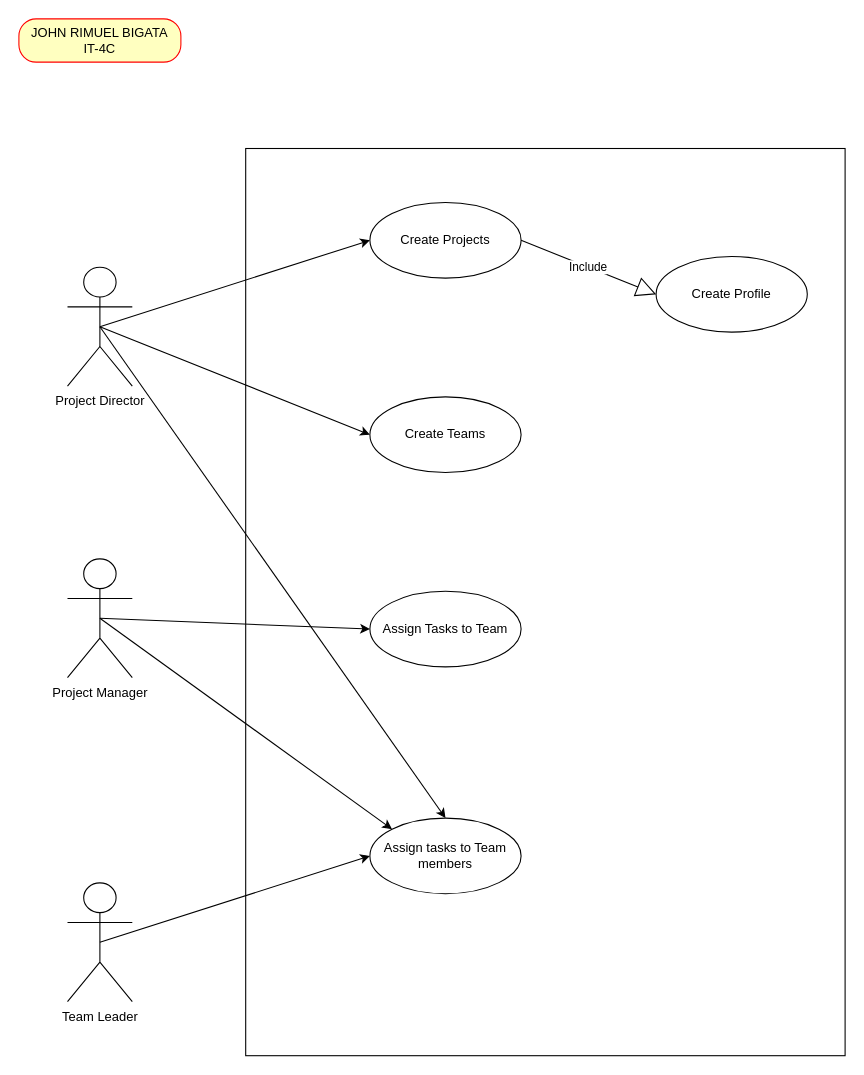
This is usecasediagram.drawio from itsmerims/use-cases, a draw.io file, before an edit. Source tidied: cells renumbered, new cells numbered last; positions are measured from the earlier drawing's top-left corner, leaving out a move shared by most shapes. Both pictures are drawn from the tidied source at 108%, with x=0, y=0 at pixel (18, 18).
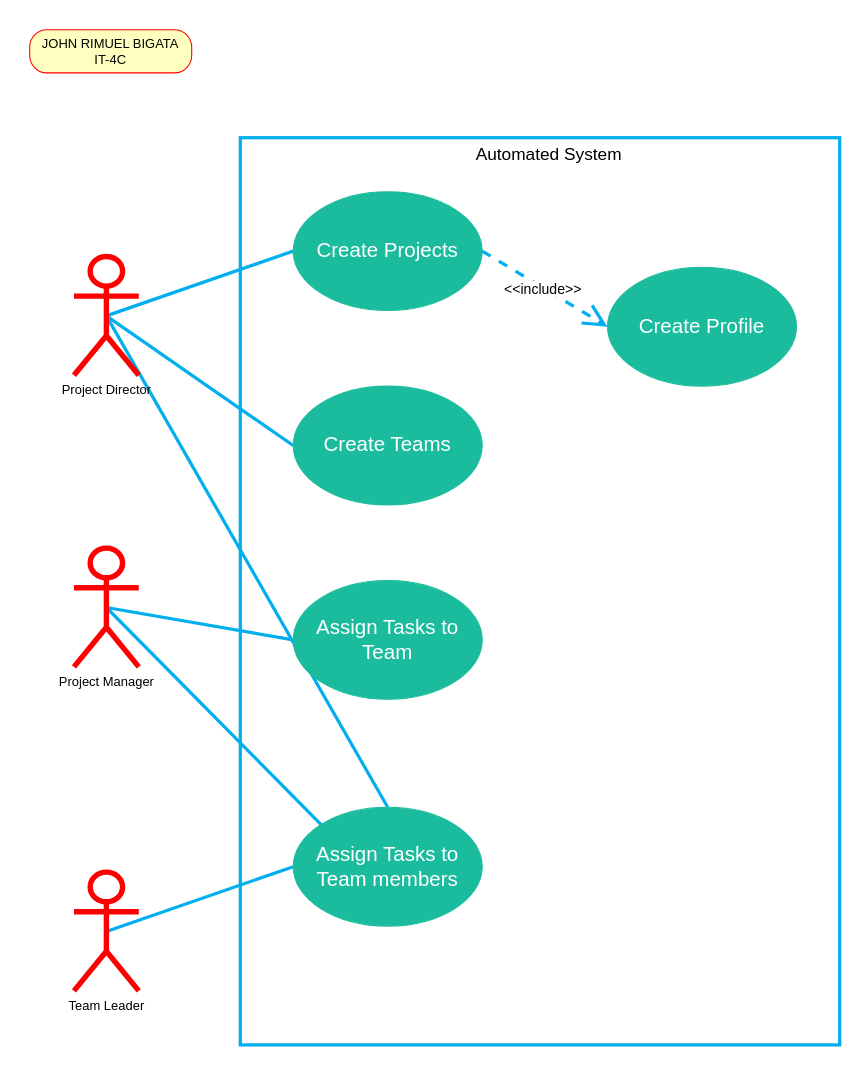
The same page after the edit.

Change to the diagram source:
```diff
@@
 <mxGraphModel>
   <root>
     <mxCell id="0" />
     <mxCell id="1" parent="0" />
+    <mxCell id="18" style="rounded=0;whiteSpace=wrap;html=1;fillColor=none;fontSize=11;strokeColor=#01aeee;strokeWidth=3;labelBackgroundColor=#2a2a2a;endArrow=classic;" parent="1" vertex="1">
+      <mxGeometry x="205" y="110" width="555" height="840" as="geometry" />
+    </mxCell>
-    <mxCell id="2" style="rounded=0;jettySize=auto;html=1;exitX=0.5;exitY=0.5;exitDx=0;exitDy=0;exitPerimeter=0;entryX=0;entryY=0.5;entryDx=0;entryDy=0;" parent="1" edge="1" source="5" target="12">
+    <mxCell id="2" style="jettySize=auto;html=1;exitX=0.5;exitY=0.5;exitDx=0;exitDy=0;exitPerimeter=0;entryX=0;entryY=0.5;entryDx=0;entryDy=0;strokeWidth=3;strokeColor=#01aeee;rounded=0;endArrow=none;endFill=0;" parent="1" edge="1" source="5" target="12">
       <mxGeometry relative="1" as="geometry" />
     </mxCell>
-    <mxCell id="3" style="edgeStyle=none;rounded=0;jettySize=auto;html=1;exitX=0.5;exitY=0.5;exitDx=0;exitDy=0;exitPerimeter=0;entryX=0;entryY=0.5;entryDx=0;entryDy=0;" parent="1" edge="1" source="5" target="13">
+    <mxCell id="3" style="edgeStyle=none;rounded=0;jettySize=auto;html=1;exitX=0.5;exitY=0.5;exitDx=0;exitDy=0;exitPerimeter=0;entryX=0;entryY=0.5;entryDx=0;entryDy=0;strokeWidth=3;strokeColor=#01aeee;endFill=0;endArrow=none;" parent="1" edge="1" source="5" target="13">
       <mxGeometry relative="1" as="geometry" />
     </mxCell>
-    <mxCell id="4" style="edgeStyle=none;rounded=0;jettySize=auto;html=1;exitX=0.5;exitY=0.5;exitDx=0;exitDy=0;exitPerimeter=0;entryX=0.5;entryY=0;entryDx=0;entryDy=0;" parent="1" edge="1" source="5" target="15">
+    <mxCell id="4" style="edgeStyle=none;rounded=0;jettySize=auto;html=1;exitX=0.5;exitY=0.5;exitDx=0;exitDy=0;exitPerimeter=0;entryX=0.5;entryY=0;entryDx=0;entryDy=0;strokeWidth=3;strokeColor=#01aeee;endFill=0;endArrow=none;" parent="1" edge="1" source="5" target="15">
       <mxGeometry relative="1" as="geometry" />
     </mxCell>
-    <mxCell id="5" value="Project Director" style="shape=umlActor;verticalLabelPosition=bottom;verticalAlign=top;html=1;" parent="1" vertex="1">
-      <mxGeometry x="45" y="230" width="60" height="110" as="geometry" />
+    <mxCell id="5" value="Project Director" style="shape=umlActor;verticalLabelPosition=bottom;verticalAlign=top;html=1;fillColor=default;strokeColor=#FF0000;strokeWidth=5;" parent="1" vertex="1">
+      <mxGeometry x="51" y="220" width="60" height="110" as="geometry" />
     </mxCell>
-    <mxCell id="6" style="edgeStyle=none;rounded=0;jettySize=auto;html=1;exitX=0.5;exitY=0.5;exitDx=0;exitDy=0;exitPerimeter=0;entryX=0;entryY=0.5;entryDx=0;entryDy=0;" parent="1" edge="1" source="8" target="14">
+    <mxCell id="6" style="edgeStyle=none;rounded=0;jettySize=auto;html=1;exitX=0.5;exitY=0.5;exitDx=0;exitDy=0;exitPerimeter=0;entryX=0;entryY=0.5;entryDx=0;entryDy=0;strokeWidth=3;strokeColor=#01aeee;endFill=0;endArrow=none;" parent="1" edge="1" source="8" target="14">
       <mxGeometry relative="1" as="geometry" />
     </mxCell>
-    <mxCell id="7" style="edgeStyle=none;rounded=0;jettySize=auto;html=1;exitX=0.5;exitY=0.5;exitDx=0;exitDy=0;exitPerimeter=0;entryX=0;entryY=0;entryDx=0;entryDy=0;" parent="1" edge="1" source="8" target="15">
+    <mxCell id="7" style="edgeStyle=none;rounded=0;jettySize=auto;html=1;exitX=0.5;exitY=0.5;exitDx=0;exitDy=0;exitPerimeter=0;entryX=0;entryY=0;entryDx=0;entryDy=0;strokeWidth=3;strokeColor=#01aeee;endFill=0;endArrow=none;" parent="1" edge="1" source="8" target="15">
       <mxGeometry relative="1" as="geometry" />
     </mxCell>
-    <mxCell id="8" value="Project Manager" style="shape=umlActor;verticalLabelPosition=bottom;verticalAlign=top;html=1;" parent="1" vertex="1">
-      <mxGeometry x="45" y="500" width="60" height="110" as="geometry" />
+    <mxCell id="8" value="Project Manager" style="shape=umlActor;verticalLabelPosition=bottom;verticalAlign=top;html=1;strokeColor=#FF0000;strokeWidth=5;fillColor=default;" parent="1" vertex="1">
+      <mxGeometry x="51" y="490" width="60" height="110" as="geometry" />
     </mxCell>
-    <mxCell id="9" style="edgeStyle=none;rounded=0;jettySize=auto;html=1;exitX=0.5;exitY=0.5;exitDx=0;exitDy=0;exitPerimeter=0;entryX=0;entryY=0.5;entryDx=0;entryDy=0;" parent="1" edge="1" source="10" target="15">
+    <mxCell id="9" style="edgeStyle=none;rounded=0;jettySize=auto;html=1;exitX=0.5;exitY=0.5;exitDx=0;exitDy=0;exitPerimeter=0;entryX=0;entryY=0.5;entryDx=0;entryDy=0;strokeWidth=3;strokeColor=#01aeee;endFill=0;endArrow=none;" parent="1" edge="1" source="10" target="15">
       <mxGeometry relative="1" as="geometry" />
     </mxCell>
-    <mxCell id="10" value="Team Leader" style="shape=umlActor;verticalLabelPosition=bottom;verticalAlign=top;html=1;" parent="1" vertex="1">
-      <mxGeometry x="45" y="800" width="60" height="110" as="geometry" />
+    <mxCell id="10" value="Team Leader" style="shape=umlActor;verticalLabelPosition=bottom;verticalAlign=top;html=1;strokeColor=#FF0000;strokeWidth=5;fillColor=default;" parent="1" vertex="1">
+      <mxGeometry x="51" y="790" width="60" height="110" as="geometry" />
     </mxCell>
     <mxCell id="11" value="JOHN RIMUEL BIGATA&lt;br&gt;IT-4C" style="rounded=1;whiteSpace=wrap;html=1;arcSize=40;fontColor=#000000;fillColor=#ffffc0;strokeColor=#ff0000;" parent="1" vertex="1">
-      <mxGeometry width="150" height="40" as="geometry" />
+      <mxGeometry x="10" y="10" width="150" height="40" as="geometry" />
     </mxCell>
-    <mxCell id="12" value="Create Projects" style="ellipse;whiteSpace=wrap;html=1;" parent="1" vertex="1">
-      <mxGeometry x="325" y="170" width="140" height="70" as="geometry" />
+    <mxCell id="12" value="Create Projects" style="ellipse;whiteSpace=wrap;html=1;fillColor=#1bbc9d;strokeColor=#1BBC9D;fontColor=#FFFFFF;fontSize=19;" parent="1" vertex="1">
+      <mxGeometry x="254" y="160" width="175" height="110" as="geometry" />
     </mxCell>
-    <mxCell id="13" value="Create Teams" style="ellipse;whiteSpace=wrap;html=1;" parent="1" vertex="1">
-      <mxGeometry x="325" y="350" width="140" height="70" as="geometry" />
+    <mxCell id="13" value="Create Teams" style="ellipse;whiteSpace=wrap;html=1;fillColor=#1bbc9d;fontSize=19;fontColor=#FFFFFF;strokeColor=#1BBC9D;" parent="1" vertex="1">
+      <mxGeometry x="254" y="340" width="175" height="110" as="geometry" />
     </mxCell>
-    <mxCell id="14" value="Assign Tasks to Team" style="ellipse;whiteSpace=wrap;html=1;" parent="1" vertex="1">
-      <mxGeometry x="325" y="530" width="140" height="70" as="geometry" />
+    <mxCell id="14" value="Assign Tasks to Team" style="ellipse;whiteSpace=wrap;html=1;fillColor=#1bbc9d;fontSize=19;fontColor=#FFFFFF;strokeColor=#1BBC9D;" parent="1" vertex="1">
+      <mxGeometry x="254" y="520" width="175" height="110" as="geometry" />
     </mxCell>
-    <mxCell id="15" value="Assign tasks to Team members" style="ellipse;whiteSpace=wrap;html=1;" parent="1" vertex="1">
-      <mxGeometry x="325" y="740" width="140" height="70" as="geometry" />
+    <mxCell id="15" value="Assign Tasks to Team members" style="ellipse;whiteSpace=wrap;html=1;fillColor=#1bbc9d;fontSize=19;fontColor=#FFFFFF;strokeColor=#1BBC9D;" parent="1" vertex="1">
+      <mxGeometry x="254" y="730" width="175" height="110" as="geometry" />
     </mxCell>
-    <mxCell id="16" value="Create Profile" style="ellipse;whiteSpace=wrap;html=1;" parent="1" vertex="1">
-      <mxGeometry x="590" y="220" width="140" height="70" as="geometry" />
+    <mxCell id="16" value="Create Profile" style="ellipse;whiteSpace=wrap;html=1;fillColor=#1bbc9d;fontSize=19;fontColor=#FFFFFF;strokeColor=#1BBC9D;" parent="1" vertex="1">
+      <mxGeometry x="545" y="230" width="175" height="110" as="geometry" />
     </mxCell>
-    <mxCell id="17" value="Include" style="endArrow=block;endSize=16;endFill=0;html=1;entryX=0;entryY=0.5;entryDx=0;entryDy=0;exitX=1;exitY=0.5;exitDx=0;exitDy=0;" parent="1" edge="1" source="12" target="16">
-      <mxGeometry relative="1" as="geometry" />
+    <mxCell id="17" value="&amp;lt;&amp;lt;include&amp;gt;&amp;gt;" style="endArrow=open;endSize=16;endFill=0;html=1;entryX=0;entryY=0.5;entryDx=0;entryDy=0;exitX=1;exitY=0.5;exitDx=0;exitDy=0;strokeWidth=3;strokeColor=#01aeee;fontSize=13;dashed=1;" parent="1" edge="1" source="12" target="16">
+      <mxGeometry x="-0.03" y="-1" relative="1" as="geometry" />
     </mxCell>
-    <mxCell id="18" style="rounded=0;whiteSpace=wrap;html=1;fillColor=none;" parent="1" vertex="1">
-      <mxGeometry x="210" y="120" width="555" height="840" as="geometry" />
-    </mxCell>
+    <mxCell id="19" value="Automated System" style="text;html=1;strokeColor=none;fillColor=none;align=center;verticalAlign=middle;whiteSpace=wrap;rounded=0;fontSize=16;fontColor=#000000;" parent="1" vertex="1">
+      <mxGeometry x="376" y="110" width="230" height="30" as="geometry" />
+    </mxCell>
   </root>
 </mxGraphModel>
```
